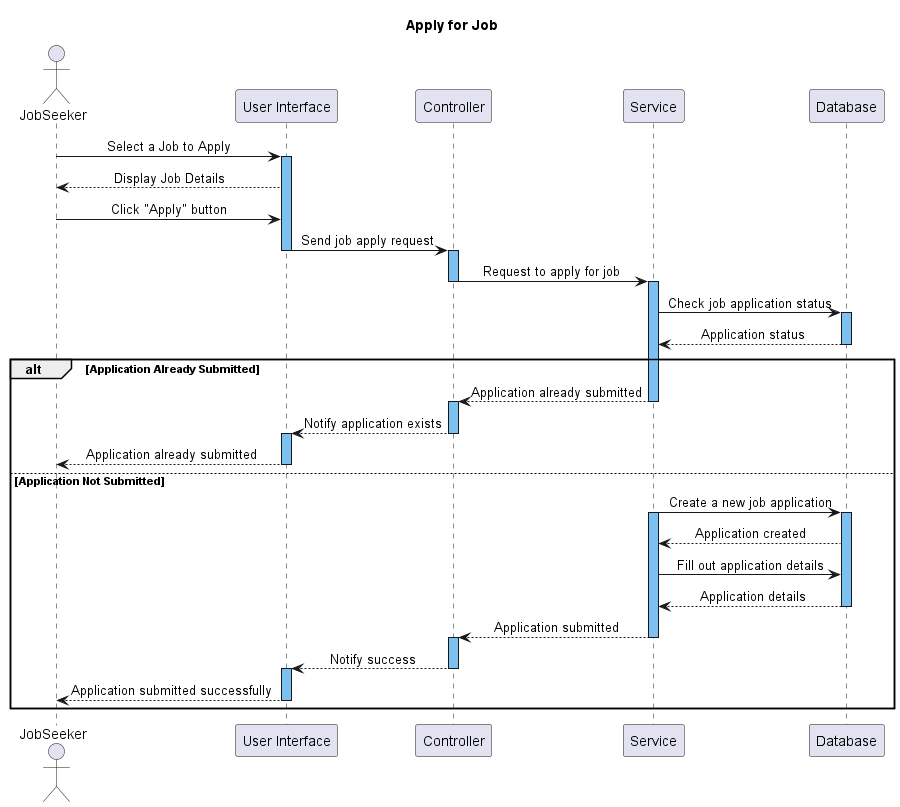
The PlantUML diagram Lab1/Lab 1.2/Sequence Diagrams/JobSeeker/ApplyForJob.png in nguyentanhueqn123/SE357.O12.PMCL.1, before a commit. Its diagram source:
```plantuml
@startuml
title Apply for Job
skinparam SequenceMessageAlignment center
!$b = "#7DC1F2"

actor JobSeeker
participant "User Interface" as UI
participant Controller
participant Service
participant "Database" as DB

JobSeeker -> UI: Select a Job to Apply
activate UI $b
UI --> JobSeeker: Display Job Details
JobSeeker -> UI: Click "Apply" button

UI -> Controller: Send job apply request
deactivate UI
activate Controller $b
Controller -> Service: Request to apply for job
deactivate Controller
activate Service $b
Service -> DB: Check job application status
activate DB $b
DB --> Service: Application status
deactivate DB
alt Application Already Submitted
  Service --> Controller: Application already submitted
  deactivate Service
  activate Controller $b
  Controller --> UI: Notify application exists
  deactivate Controller
  activate UI $b
  UI --> JobSeeker: Application already submitted
  deactivate UI
else Application Not Submitted
    Service -> DB: Create a new job application
    activate Service $b
    activate DB $b
    DB --> Service: Application created
    Service -> DB: Fill out application details
    DB --> Service: Application details
    deactivate DB
    Service --> Controller: Application submitted
    deactivate Service
    activate Controller $b
    Controller --> UI: Notify success
    deactivate Controller
    activate UI $b
    UI --> JobSeeker: Application submitted successfully
    deactivate UI
end

@enduml
```
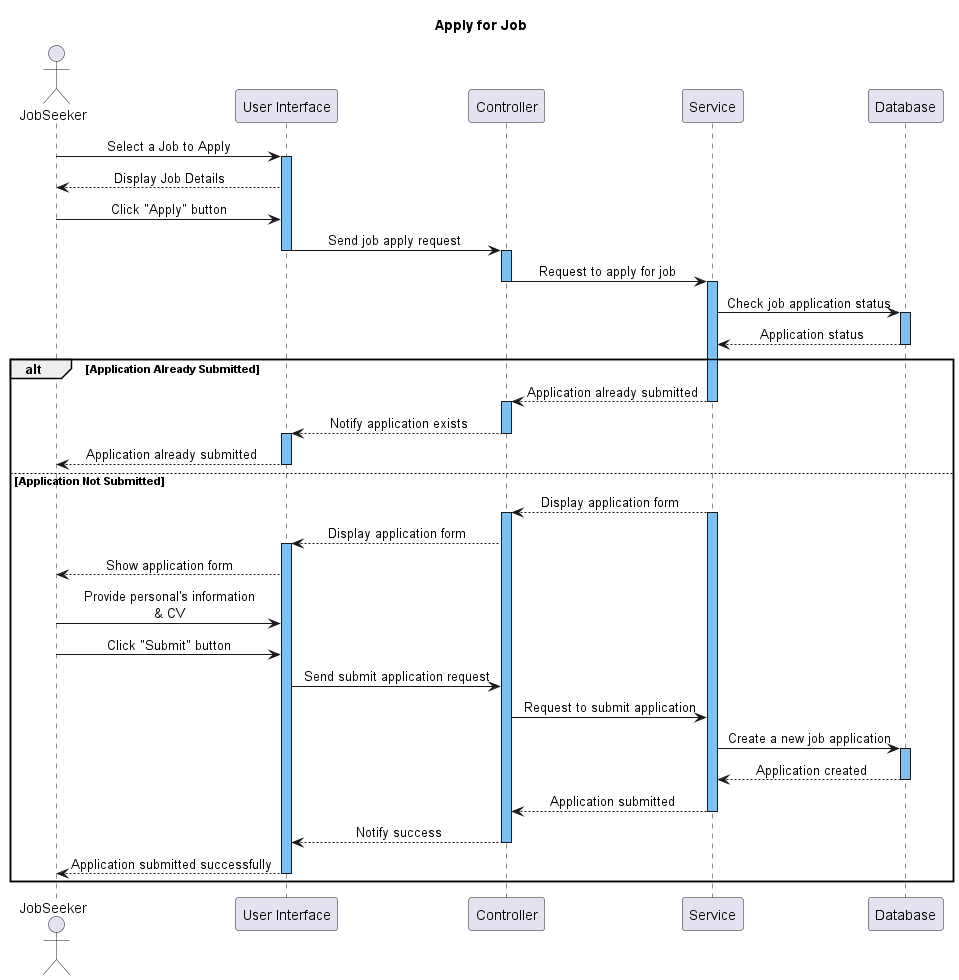
After the change.

Commit message:
Update ApplyForJob.png (Sequense Diagram)

Diff of the diagram source:
```diff
@@ -34,19 +34,29 @@
   UI --> JobSeeker: Application already submitted
   deactivate UI
 else Application Not Submitted
+
+    Service --> Controller: Display application form
+    activate Service $b
+    activate Controller $b
+    Controller --> UI: Display application form
+    activate UI $b
+    UI --> JobSeeker: Show application form
+    JobSeeker -> UI: Provide personal's information\n& CV
+    JobSeeker -> UI: Click "Submit" button
+    UI -> Controller: Send submit application request
+    Controller -> Service: Request to submit application
+
     Service -> DB: Create a new job application
-    activate Service $b
     activate DB $b
     DB --> Service: Application created
-    Service -> DB: Fill out application details
-    DB --> Service: Application details
+
     deactivate DB
     Service --> Controller: Application submitted
     deactivate Service
-    activate Controller $b
+
     Controller --> UI: Notify success
     deactivate Controller
-    activate UI $b
+
     UI --> JobSeeker: Application submitted successfully
     deactivate UI
 end
```
